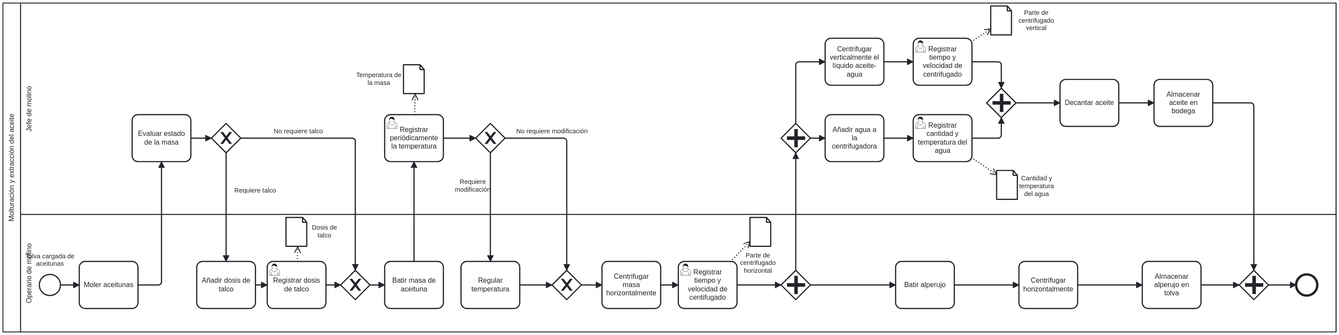
Above: assets/diagrams/Produccion aceite futuro.svg in gis-ir/IR2627-G3-BB-05 (BPMN), before the change. Its source is kept beside it as assets/diagrams/archivos bmpn/Produccion aceite futuro.bpmn. Ids are renumbered.
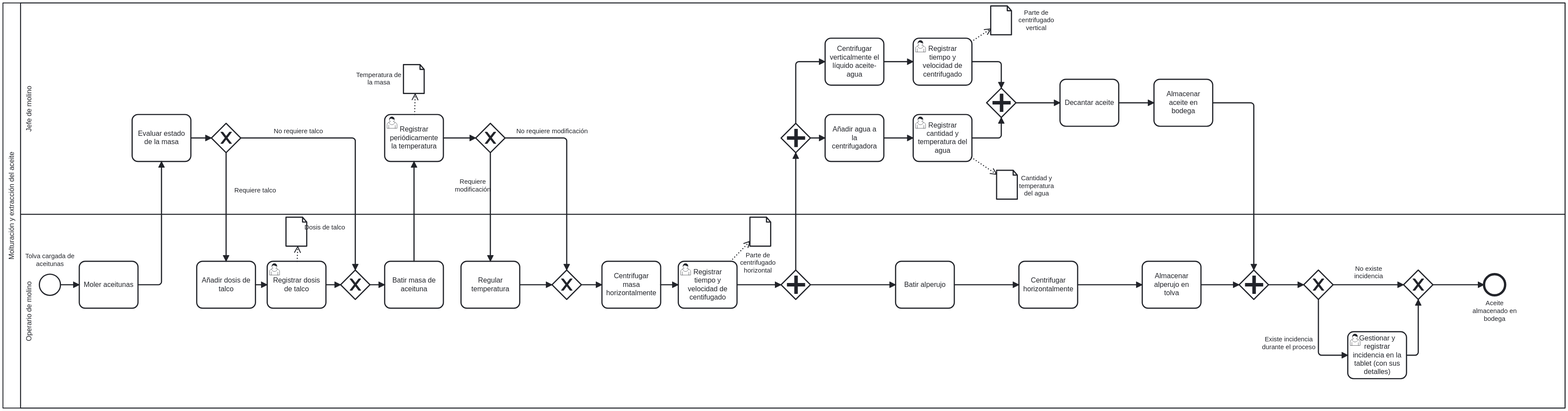
Above is the later version.

What changed in the source:
```diff
@@ -1,4 +1,4 @@
-<bpmn:definitions xmlns:xsi="http://www.w3.org/2001/XMLSchema-instance" xmlns:bpmn="http://www.omg.org/spec/BPMN/20100524/MODEL" xmlns:bpmndi="http://www.omg.org/spec/BPMN/20100524/DI" xmlns:dc="http://www.omg.org/spec/DD/20100524/DC" xmlns:di="http://www.omg.org/spec/DD/20100524/DI" id="Definitions_n1" targetNamespace="http://bpmn.io/schema/bpmn" exporter="bpmn-js (https://demo.bpmn.io)" exporterVersion="18.31.0">
+<bpmn:definitions xmlns:xsi="http://www.w3.org/2001/XMLSchema-instance" xmlns:bpmn="http://www.omg.org/spec/BPMN/20100524/MODEL" xmlns:bpmndi="http://www.omg.org/spec/BPMN/20100524/DI" xmlns:dc="http://www.omg.org/spec/DD/20100524/DC" xmlns:di="http://www.omg.org/spec/DD/20100524/DI" id="Definitions_n1" targetNamespace="http://bpmn.io/schema/bpmn" exporter="bpmn-js (https://demo.bpmn.io)" exporterVersion="18.29.0">
   <bpmn:collaboration id="Collaboration_n2">
     <bpmn:participant id="Participant_n3" name="Molturación y extracción del aceite" processRef="Process_n4" />
   </bpmn:collaboration>
@@ -12,7 +12,6 @@
         <bpmn:flowNodeRef>Activity_n11</bpmn:flowNodeRef>
         <bpmn:flowNodeRef>Activity_n12</bpmn:flowNodeRef>
         <bpmn:flowNodeRef>Gateway_n13</bpmn:flowNodeRef>
-        <bpmn:flowNodeRef>Event_n14</bpmn:flowNodeRef>
         <bpmn:flowNodeRef>Activity_n15</bpmn:flowNodeRef>
         <bpmn:flowNodeRef>Activity_n16</bpmn:flowNodeRef>
         <bpmn:flowNodeRef>Activity_n17</bpmn:flowNodeRef>
@@ -21,6 +20,10 @@
         <bpmn:flowNodeRef>Gateway_n20</bpmn:flowNodeRef>
         <bpmn:flowNodeRef>Activity_n21</bpmn:flowNodeRef>
         <bpmn:flowNodeRef>Activity_n22</bpmn:flowNodeRef>
+        <bpmn:flowNodeRef>Gateway_n82</bpmn:flowNodeRef>
+        <bpmn:flowNodeRef>Activity_n83</bpmn:flowNodeRef>
+        <bpmn:flowNodeRef>Gateway_n84</bpmn:flowNodeRef>
+        <bpmn:flowNodeRef>Event_n14</bpmn:flowNodeRef>
       </bpmn:lane>
       <bpmn:lane id="Lane_n23" name="Jefe de molino">
         <bpmn:flowNodeRef>Gateway_n24</bpmn:flowNodeRef>
@@ -79,9 +82,6 @@
       <bpmn:incoming>Flow_n50</bpmn:incoming>
       <bpmn:outgoing>Flow_n45</bpmn:outgoing>
     </bpmn:task>
-    <bpmn:endEvent id="Event_n14">
-      <bpmn:incoming>Flow_n46</bpmn:incoming>
-    </bpmn:endEvent>
     <bpmn:sequenceFlow id="Flow_n36" sourceRef="Event_n7" targetRef="Activity_n15" />
     <bpmn:sequenceFlow id="Flow_n51" sourceRef="Activity_n15" targetRef="Activity_n27" />
     <bpmn:sequenceFlow id="Flow_n52" name="Requiere talco" sourceRef="Gateway_n28" targetRef="Activity_n16" />
@@ -99,7 +99,7 @@
     <bpmn:sequenceFlow id="Flow_n43" sourceRef="Activity_n11" targetRef="Activity_n12" />
     <bpmn:sequenceFlow id="Flow_n44" sourceRef="Activity_n12" targetRef="Gateway_n13" />
     <bpmn:sequenceFlow id="Flow_n45" sourceRef="Activity_n26" targetRef="Gateway_n13" />
-    <bpmn:sequenceFlow id="Flow_n46" sourceRef="Gateway_n13" targetRef="Event_n14" />
+    <bpmn:sequenceFlow id="Flow_n46" sourceRef="Gateway_n13" targetRef="Gateway_n82" />
     <bpmn:sequenceFlow id="Flow_n60" sourceRef="Activity_n27" targetRef="Gateway_n28" />
     <bpmn:sequenceFlow id="Flow_n61" sourceRef="Gateway_n31" targetRef="Activity_n29" />
     <bpmn:sequenceFlow id="Flow_n62" sourceRef="Activity_n29" targetRef="Activity_n32" />
@@ -211,19 +211,40 @@
     <bpmn:dataObject id="DataObject_n80" />
     <bpmn:dataObjectReference id="DataObjectReference_n66" name="Dosis de talco" dataObjectRef="DataObject_n81" />
     <bpmn:dataObject id="DataObject_n81" />
+    <bpmn:exclusiveGateway id="Gateway_n82">
+      <bpmn:incoming>Flow_n46</bpmn:incoming>
+      <bpmn:outgoing>Flow_n85</bpmn:outgoing>
+      <bpmn:outgoing>Flow_n86</bpmn:outgoing>
+    </bpmn:exclusiveGateway>
+    <bpmn:sequenceFlow id="Flow_n85" name="No existe incidencia" sourceRef="Gateway_n82" targetRef="Gateway_n84" />
+    <bpmn:sequenceFlow id="Flow_n86" name="Existe incidencia durante el proceso" sourceRef="Gateway_n82" targetRef="Activity_n83" />
+    <bpmn:userTask id="Activity_n83" name="Gestionar y registrar incidencia en la tablet (con sus detalles)">
+      <bpmn:incoming>Flow_n86</bpmn:incoming>
+      <bpmn:outgoing>Flow_n87</bpmn:outgoing>
+    </bpmn:userTask>
+    <bpmn:sequenceFlow id="Flow_n87" sourceRef="Activity_n83" targetRef="Gateway_n84" />
+    <bpmn:exclusiveGateway id="Gateway_n84">
+      <bpmn:incoming>Flow_n87</bpmn:incoming>
+      <bpmn:incoming>Flow_n85</bpmn:incoming>
+      <bpmn:outgoing>Flow_n88</bpmn:outgoing>
+    </bpmn:exclusiveGateway>
+    <bpmn:sequenceFlow id="Flow_n88" sourceRef="Gateway_n84" targetRef="Event_n14" />
+    <bpmn:endEvent id="Event_n14" name="Aceite almacenado en bodega">
+      <bpmn:incoming>Flow_n88</bpmn:incoming>
+    </bpmn:endEvent>
   </bpmn:process>
   <bpmndi:BPMNDiagram id="BPMNDiagram_1">
     <bpmndi:BPMNPlane id="BPMNPlane_1" bpmnElement="Collaboration_n2">
       <bpmndi:BPMNShape id="Participant_n3_di" bpmnElement="Participant_n3" isHorizontal="true">
-        <dc:Bounds x="180" y="80" width="2270" height="560" />
+        <dc:Bounds x="180" y="80" width="2660" height="690" />
         <bpmndi:BPMNLabel />
       </bpmndi:BPMNShape>
       <bpmndi:BPMNShape id="Lane_n23_di" bpmnElement="Lane_n23" isHorizontal="true">
-        <dc:Bounds x="210" y="80" width="2240" height="360" />
+        <dc:Bounds x="210" y="80" width="2630" height="360" />
         <bpmndi:BPMNLabel />
       </bpmndi:BPMNShape>
       <bpmndi:BPMNShape id="Lane_n6_di" bpmnElement="Lane_n6" isHorizontal="true">
-        <dc:Bounds x="210" y="440" width="2240" height="200" />
+        <dc:Bounds x="210" y="440" width="2630" height="330" />
         <bpmndi:BPMNLabel />
       </bpmndi:BPMNShape>
       <bpmndi:BPMNShape id="Event_n7_di" bpmnElement="Event_n7">
@@ -264,9 +285,6 @@
       <bpmndi:BPMNShape id="Activity_n26_di" bpmnElement="Activity_n26">
         <dc:Bounds x="2140" y="210" width="100" height="80" />
         <bpmndi:BPMNLabel />
-      </bpmndi:BPMNShape>
-      <bpmndi:BPMNShape id="Event_n14_di" bpmnElement="Event_n14">
-        <dc:Bounds x="2382" y="542" width="36" height="36" />
       </bpmndi:BPMNShape>
       <bpmndi:BPMNShape id="Activity_n15_di" bpmnElement="Activity_n15">
         <dc:Bounds x="310" y="520" width="100" height="80" />
@@ -339,6 +357,7 @@
       </bpmndi:BPMNShape>
       <bpmndi:BPMNShape id="Activity_1eizhog_di" bpmnElement="Activity_n22">
         <dc:Bounds x="1330" y="520" width="100" height="80" />
+        <bpmndi:BPMNLabel />
       </bpmndi:BPMNShape>
       <bpmndi:BPMNShape id="DataObjectReference_n78_di" bpmnElement="DataObjectReference_n78">
         <dc:Bounds x="1452" y="445" width="36" height="50" />
@@ -356,6 +375,21 @@
         <dc:Bounds x="662" y="445" width="36" height="50" />
         <bpmndi:BPMNLabel>
           <dc:Bounds x="705" y="456" width="45" height="27" />
+        </bpmndi:BPMNLabel>
+      </bpmndi:BPMNShape>
+      <bpmndi:BPMNShape id="Gateway_n82_di" bpmnElement="Gateway_n82" isMarkerVisible="true">
+        <dc:Bounds x="2395" y="535" width="50" height="50" />
+      </bpmndi:BPMNShape>
+      <bpmndi:BPMNShape id="Activity_012na2c_di" bpmnElement="Activity_n83">
+        <dc:Bounds x="2470" y="640" width="100" height="80" />
+      </bpmndi:BPMNShape>
+      <bpmndi:BPMNShape id="Gateway_n84_di" bpmnElement="Gateway_n84" isMarkerVisible="true">
+        <dc:Bounds x="2565" y="535" width="50" height="50" />
+      </bpmndi:BPMNShape>
+      <bpmndi:BPMNShape id="Event_n14_di" bpmnElement="Event_n14">
+        <dc:Bounds x="2702" y="542" width="36" height="36" />
+        <bpmndi:BPMNLabel>
+          <dc:Bounds x="2682" y="585" width="76" height="40" />
         </bpmndi:BPMNLabel>
       </bpmndi:BPMNShape>
       <bpmndi:BPMNEdge id="Flow_n36_di" bpmnElement="Flow_n36">
@@ -444,7 +478,7 @@
       </bpmndi:BPMNEdge>
       <bpmndi:BPMNEdge id="Flow_n46_di" bpmnElement="Flow_n46">
         <di:waypoint x="2335" y="560" />
-        <di:waypoint x="2382" y="560" />
+        <di:waypoint x="2395" y="560" />
       </bpmndi:BPMNEdge>
       <bpmndi:BPMNEdge id="Flow_n60_di" bpmnElement="Flow_n60">
         <di:waypoint x="500" y="310" />
@@ -501,9 +535,33 @@
         <di:waypoint x="1430" y="560" />
         <di:waypoint x="1505" y="560" />
       </bpmndi:BPMNEdge>
-      <bpmndi:BPMNEdge id="DataOutputAssociation_n74_di" bpmnElement="DataOutputAssociation_n74">
-        <di:waypoint x="881" y="270" />
-        <di:waypoint x="882" y="235" />
+      <bpmndi:BPMNEdge id="Flow_n85_di" bpmnElement="Flow_n85">
+        <di:waypoint x="2445" y="560" />
+        <di:waypoint x="2565" y="560" />
+        <bpmndi:BPMNLabel>
+          <dc:Bounds x="2481" y="526" width="49" height="27" />
+        </bpmndi:BPMNLabel>
+      </bpmndi:BPMNEdge>
+      <bpmndi:BPMNEdge id="Flow_n86_di" bpmnElement="Flow_n86">
+        <di:waypoint x="2420" y="585" />
+        <di:waypoint x="2420" y="680" />
+        <di:waypoint x="2470" y="680" />
+        <bpmndi:BPMNLabel>
+          <dc:Bounds x="2309" y="646.5" width="121" height="27" />
+        </bpmndi:BPMNLabel>
+      </bpmndi:BPMNEdge>
+      <bpmndi:BPMNEdge id="Flow_n87_di" bpmnElement="Flow_n87">
+        <di:waypoint x="2570" y="680" />
+        <di:waypoint x="2590" y="680" />
+        <di:waypoint x="2590" y="585" />
+      </bpmndi:BPMNEdge>
+      <bpmndi:BPMNEdge id="Flow_n88_di" bpmnElement="Flow_n88">
+        <di:waypoint x="2615" y="560" />
+        <di:waypoint x="2702" y="560" />
+      </bpmndi:BPMNEdge>
+      <bpmndi:BPMNEdge id="DataOutputAssociation_n65_di" bpmnElement="DataOutputAssociation_n65">
+        <di:waypoint x="681" y="520" />
+        <di:waypoint x="682" y="495" />
       </bpmndi:BPMNEdge>
       <bpmndi:BPMNEdge id="DataOutputAssociation_n71_di" bpmnElement="DataOutputAssociation_n71">
         <di:waypoint x="1829" y="146" />
@@ -513,14 +571,14 @@
         <di:waypoint x="1829" y="343" />
         <di:waypoint x="1872" y="372" />
       </bpmndi:BPMNEdge>
+      <bpmndi:BPMNEdge id="DataOutputAssociation_n74_di" bpmnElement="DataOutputAssociation_n74">
+        <di:waypoint x="881" y="270" />
+        <di:waypoint x="882" y="235" />
+      </bpmndi:BPMNEdge>
       <bpmndi:BPMNEdge id="DataOutputAssociation_n77_di" bpmnElement="DataOutputAssociation_n77">
         <di:waypoint x="1419" y="520" />
         <di:waypoint x="1452" y="486" />
       </bpmndi:BPMNEdge>
-      <bpmndi:BPMNEdge id="DataOutputAssociation_n65_di" bpmnElement="DataOutputAssociation_n65">
-        <di:waypoint x="681" y="520" />
-        <di:waypoint x="682" y="495" />
-      </bpmndi:BPMNEdge>
     </bpmndi:BPMNPlane>
   </bpmndi:BPMNDiagram>
 </bpmn:definitions>
```
